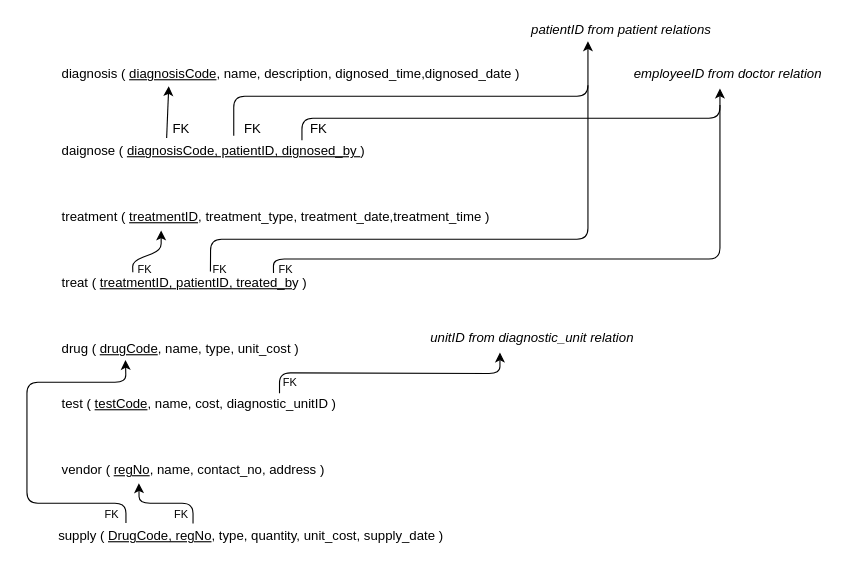
Before: page "Page-3" (3 of 3) of G28-2.drawio in Janithpm/1203AssignmentGroup28, a draw.io diagram. Source tidied: cells renumbered, new cells numbered last; positions are measured from the earlier drawing's top-left corner, leaving out a move shared by most shapes. Both pictures are drawn from the tidied source at 110%, with x=0, y=0 at pixel (26, 19).
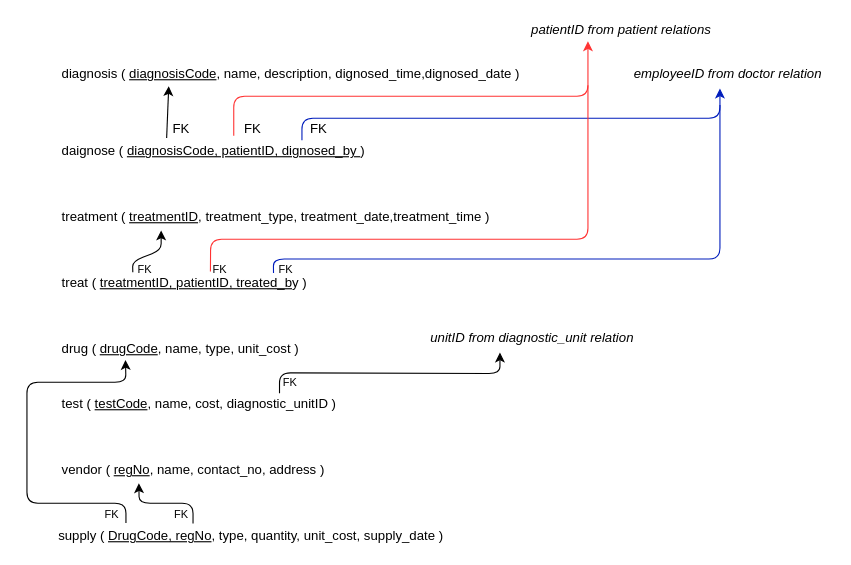
The same diagram, later.

Unchanged cells that the change refers to:
```xml
<mxCell id="13" value="treat ( &lt;u&gt;treatmentID, patientID, treated_b&lt;/u&gt;y )" style="text;html=1;align=left;verticalAlign=middle;points=[];strokeColor=none;fillColor=none;" parent="1" vertex="1">
  <mxGeometry x="30" y="230" width="240" height="20" as="geometry" />
</mxCell>
```

Change to the diagram source:
```diff
@@
-    <mxCell id="6" style="endArrow=classic;html=1;" parent="1" edge="1">
+    <mxCell id="6" style="endArrow=classic;html=1;strokeColor=#FF3333;" parent="1" edge="1">
       <mxGeometry relative="1" as="geometry">
         <mxPoint x="188" y="106" as="sourcePoint" />
         <mxPoint x="510" y="20" as="targetPoint" />
         <Array as="points">
           <mxPoint x="188" y="70" />
           <mxPoint x="510" y="70" />
         </Array>
       </mxGeometry>
     </mxCell>
@@
-    <mxCell id="9" style="endArrow=classic;html=1;exitX=0.584;exitY=-0.142;exitDx=0;exitDy=0;exitPerimeter=0;" parent="1" edge="1">
+    <mxCell id="9" style="endArrow=classic;html=1;exitX=0.584;exitY=-0.142;exitDx=0;exitDy=0;exitPerimeter=0;fillColor=#0050ef;strokeColor=#001DBC;" parent="1" edge="1">
       <mxGeometry relative="1" as="geometry">
         <mxPoint x="250" y="110" as="sourcePoint" />
         <mxPoint x="630" y="63" as="targetPoint" />
         <Array as="points">
           <mxPoint x="250" y="90" />
           <mxPoint x="630" y="90" />
         </Array>
       </mxGeometry>
     </mxCell>
@@
-    <mxCell id="16" style="endArrow=none;html=1;exitX=0.57;exitY=-0.03;exitDx=0;exitDy=0;exitPerimeter=0;" parent="1" edge="1" source="13">
+    <mxCell id="16" style="endArrow=none;html=1;exitX=0.57;exitY=-0.03;exitDx=0;exitDy=0;exitPerimeter=0;strokeColor=#FF3333;" parent="1" edge="1" source="13">
       <mxGeometry relative="1" as="geometry">
         <mxPoint x="510" y="60" as="targetPoint" />
         <Array as="points">
           <mxPoint x="167" y="200" />
           <mxPoint x="510" y="200" />
         </Array>
       </mxGeometry>
     </mxCell>
-    <mxCell id="17" style="endArrow=none;html=1;exitX=0.809;exitY=0.037;exitDx=0;exitDy=0;exitPerimeter=0;" parent="1" edge="1" source="13">
+    <mxCell id="17" style="endArrow=none;html=1;exitX=0.809;exitY=0.037;exitDx=0;exitDy=0;exitPerimeter=0;fillColor=#0050ef;strokeColor=#001DBC;" parent="1" edge="1" source="13">
       <mxGeometry relative="1" as="geometry">
         <mxPoint x="630" y="78" as="targetPoint" />
         <Array as="points">
           <mxPoint x="224" y="218" />
           <mxPoint x="630" y="218" />
         </Array>
       </mxGeometry>
     </mxCell>
```
